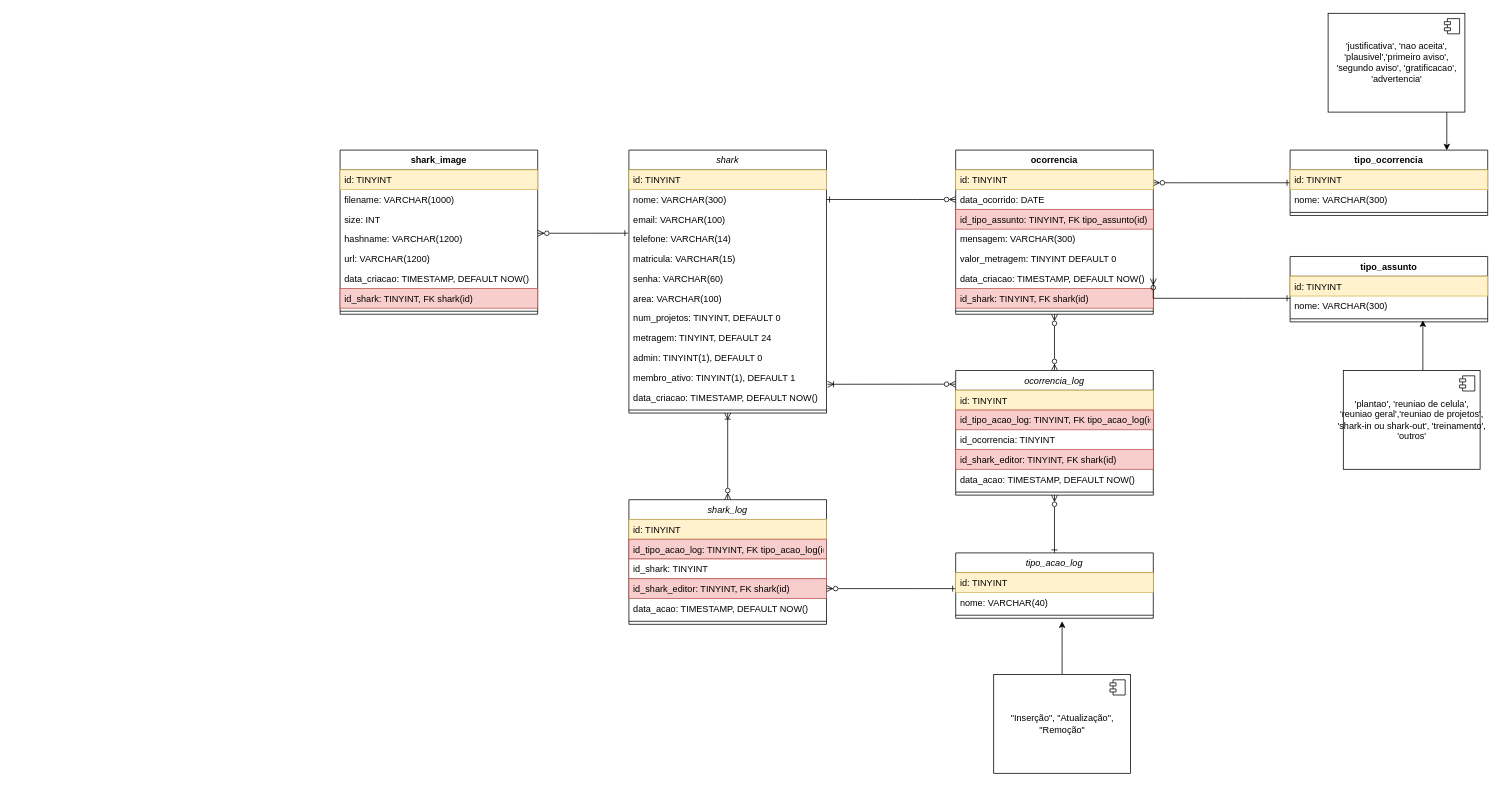
The draw.io diagram src/database/base_de_dados_gep.drawio in Focus-Consultoria-EJ/justificativas-sistema-gep, before the edit. Source tidied: cells renumbered, new cells numbered last; positions are measured from the earlier drawing's top-left corner, leaving out a move shared by most shapes. Both pictures are drawn from the tidied source at 76%, with x=0, y=0 at pixel (340, 13).
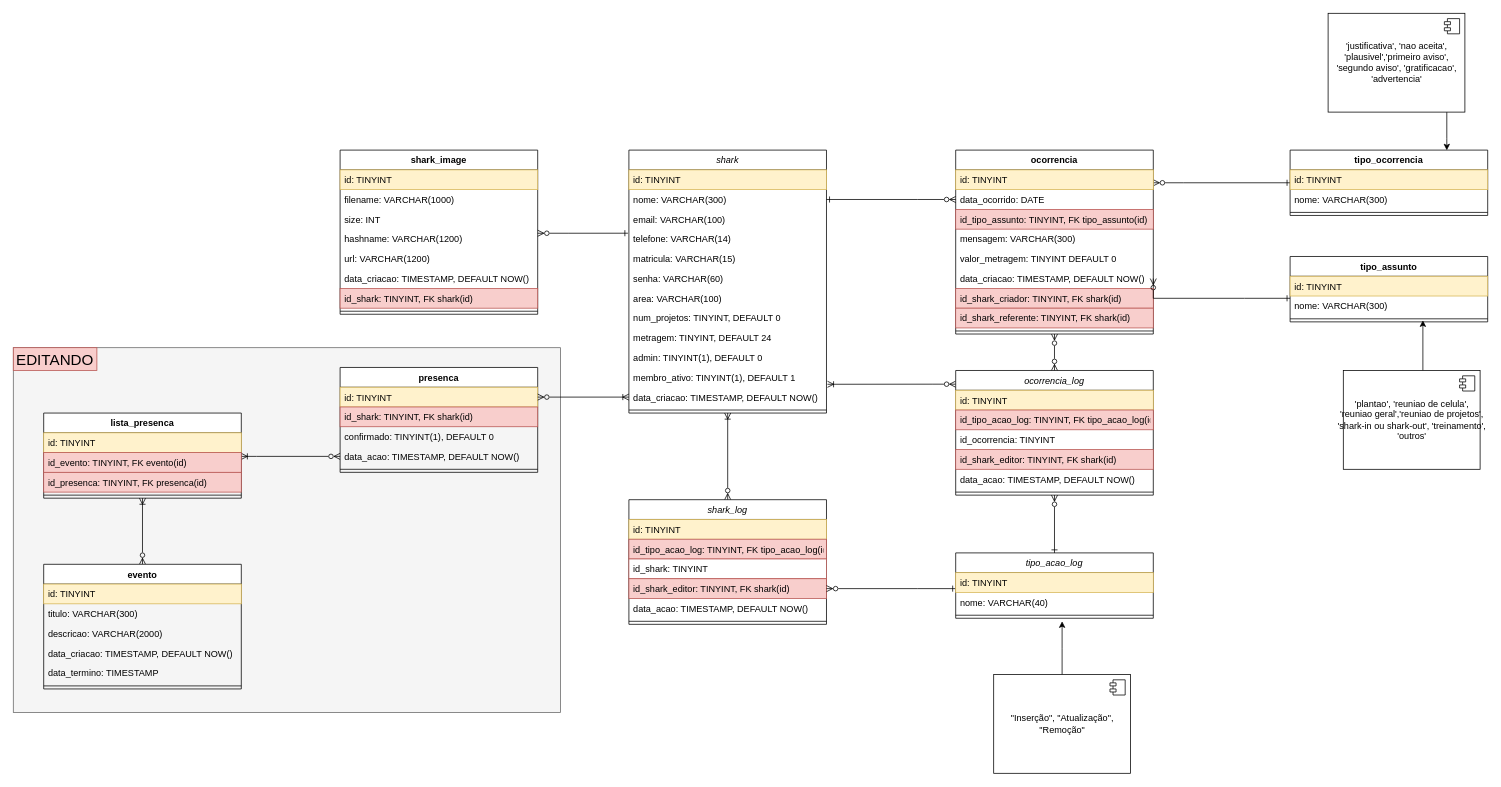
After the change.

Commit message (it also covers changes not shown here):
Código que está hospedado na Amazon EC2 e se comunica com a Amazon S3

The change refers to these unchanged cells:
```xml
<mxCell id="14" value="data_criacao: TIMESTAMP, DEFAULT NOW()" style="text;align=left;verticalAlign=top;spacingLeft=4;spacingRight=4;overflow=hidden;points=[[0,0.5],[1,0.5]];portConstraint=eastwest;rounded=0;shadow=0;html=0;" parent="2" vertex="1">
  <mxGeometry y="312" width="260" height="26" as="geometry" />
</mxCell>
```

Diff of the diagram source:
```diff
@@
+    <mxCell id="78" style="rounded=0;whiteSpace=wrap;html=1;fillColor=#f5f5f5;strokeColor=#666666;fontColor=#333333;" parent="1" vertex="1">
+      <mxGeometry x="-430" y="440" width="720" height="480" as="geometry" />
+    </mxCell>
@@
     <mxCell id="18" value="ocorrencia" style="swimlane;fontStyle=1;align=center;verticalAlign=top;horizontal=1;startSize=26;" parent="1" vertex="1">
-      <mxGeometry x="810" y="180" width="260" height="216" as="geometry" />
+      <mxGeometry x="810" y="180" width="260" height="242" as="geometry" />
     </mxCell>
@@
+    <mxCell id="79" value="id_shark_criador: TINYINT, FK shark(id)" style="text;align=left;verticalAlign=top;spacingLeft=4;spacingRight=4;overflow=hidden;fillColor=#f8cecc;strokeColor=#b85450;" parent="18" vertex="1">
+      <mxGeometry y="182" width="260" height="26" as="geometry" />
+    </mxCell>
-    <mxCell id="25" value="id_shark: TINYINT, FK shark(id)" style="text;align=left;verticalAlign=top;spacingLeft=4;spacingRight=4;overflow=hidden;fillColor=#f8cecc;strokeColor=#b85450;" parent="18" vertex="1">
-      <mxGeometry y="182" width="260" height="26" as="geometry" />
+    <mxCell id="25" value="id_shark_referente: TINYINT, FK shark(id)" style="text;align=left;verticalAlign=top;spacingLeft=4;spacingRight=4;overflow=hidden;fillColor=#f8cecc;strokeColor=#b85450;" parent="18" vertex="1">
+      <mxGeometry y="208" width="260" height="26" as="geometry" />
     </mxCell>
     <mxCell id="26" style="line;strokeWidth=1;fillColor=none;align=left;verticalAlign=middle;spacingTop=-1;spacingLeft=3;spacingRight=3;labelPosition=right;strokeColor=inherit;" parent="18" vertex="1">
-      <mxGeometry y="208" width="260" height="8" as="geometry" />
+      <mxGeometry y="234" width="260" height="8" as="geometry" />
     </mxCell>
@@
+    <mxCell id="80" style="edgeStyle=orthogonalEdgeStyle;rounded=0;jettySize=auto;html=1;entryX=0.5;entryY=0;entryDx=0;entryDy=0;endArrow=ERzeroToMany;endFill=0;startArrow=ERoneToMany;startFill=0;" parent="1" edge="1" source="82" target="87">
+      <mxGeometry relative="1" as="geometry" />
+    </mxCell>
+    <mxCell id="81" style="edgeStyle=orthogonalEdgeStyle;rounded=0;jettySize=auto;html=1;entryX=0;entryY=0.5;entryDx=0;entryDy=0;endArrow=ERzeroToMany;endFill=0;startArrow=ERoneToMany;startFill=0;" parent="1" edge="1" source="82" target="98">
+      <mxGeometry relative="1" as="geometry">
+        <Array as="points">
+          <mxPoint x="-110" y="583" />
+          <mxPoint x="-110" y="583" />
+        </Array>
+      </mxGeometry>
+    </mxCell>
+    <mxCell id="82" value="lista_presenca" style="swimlane;fontStyle=1;align=center;verticalAlign=top;horizontal=1;startSize=26;" parent="1" vertex="1">
+      <mxGeometry x="-390" y="526" width="260" height="112" as="geometry" />
+    </mxCell>
+    <mxCell id="83" value="id: TINYINT" style="text;align=left;verticalAlign=top;spacingLeft=4;spacingRight=4;overflow=hidden;fillColor=#fff2cc;strokeColor=#d6b656;" parent="82" vertex="1">
+      <mxGeometry y="26" width="260" height="26" as="geometry" />
+    </mxCell>
+    <mxCell id="84" value="id_evento: TINYINT, FK evento(id)" style="text;align=left;verticalAlign=top;spacingLeft=4;spacingRight=4;overflow=hidden;fillColor=#f8cecc;strokeColor=#b85450;" parent="82" vertex="1">
+      <mxGeometry y="52" width="260" height="26" as="geometry" />
+    </mxCell>
+    <mxCell id="85" value="id_presenca: TINYINT, FK presenca(id)" style="text;align=left;verticalAlign=top;spacingLeft=4;spacingRight=4;overflow=hidden;fillColor=#f8cecc;strokeColor=#b85450;" parent="82" vertex="1">
+      <mxGeometry y="78" width="260" height="26" as="geometry" />
+    </mxCell>
+    <mxCell id="86" style="line;strokeWidth=1;fillColor=none;align=left;verticalAlign=middle;spacingTop=-1;spacingLeft=3;spacingRight=3;labelPosition=right;strokeColor=inherit;" parent="82" vertex="1">
+      <mxGeometry y="104" width="260" height="8" as="geometry" />
+    </mxCell>
+    <mxCell id="87" value="evento" style="swimlane;fontStyle=1;align=center;verticalAlign=top;horizontal=1;startSize=26;" parent="1" vertex="1">
+      <mxGeometry x="-390" y="725" width="260" height="164" as="geometry" />
+    </mxCell>
+    <mxCell id="88" value="id: TINYINT" style="text;align=left;verticalAlign=top;spacingLeft=4;spacingRight=4;overflow=hidden;fillColor=#fff2cc;strokeColor=#d6b656;" parent="87" vertex="1">
+      <mxGeometry y="26" width="260" height="26" as="geometry" />
+    </mxCell>
+    <mxCell id="89" value="titulo: VARCHAR(300)" style="text;align=left;verticalAlign=top;spacingLeft=4;spacingRight=4;overflow=hidden;rounded=0;shadow=0;html=0;" parent="87" vertex="1">
+      <mxGeometry y="52" width="260" height="26" as="geometry" />
+    </mxCell>
+    <mxCell id="90" value="descricao: VARCHAR(2000)" style="text;align=left;verticalAlign=top;spacingLeft=4;spacingRight=4;overflow=hidden;rounded=0;shadow=0;html=0;" parent="87" vertex="1">
+      <mxGeometry y="78" width="260" height="26" as="geometry" />
+    </mxCell>
+    <mxCell id="91" value="data_criacao: TIMESTAMP, DEFAULT NOW()" style="text;align=left;verticalAlign=top;spacingLeft=4;spacingRight=4;overflow=hidden;rounded=0;shadow=0;html=0;" parent="87" vertex="1">
+      <mxGeometry y="104" width="260" height="26" as="geometry" />
+    </mxCell>
+    <mxCell id="92" value="data_termino: TIMESTAMP" style="text;align=left;verticalAlign=top;spacingLeft=4;spacingRight=4;overflow=hidden;rounded=0;shadow=0;html=0;" parent="87" vertex="1">
+      <mxGeometry y="130" width="260" height="26" as="geometry" />
+    </mxCell>
+    <mxCell id="93" style="line;strokeWidth=1;fillColor=none;align=left;verticalAlign=middle;spacingTop=-1;spacingLeft=3;spacingRight=3;labelPosition=right;strokeColor=inherit;" parent="87" vertex="1">
+      <mxGeometry y="156" width="260" height="8" as="geometry" />
+    </mxCell>
+    <mxCell id="94" value="presenca" style="swimlane;fontStyle=1;align=center;verticalAlign=top;horizontal=1;startSize=26;" parent="1" vertex="1">
+      <mxGeometry y="466" width="260" height="138" as="geometry" />
+    </mxCell>
+    <mxCell id="95" value="id: TINYINT" style="text;align=left;verticalAlign=top;spacingLeft=4;spacingRight=4;overflow=hidden;points=[[0,0.5],[1,0.5]];portConstraint=eastwest;fillColor=#fff2cc;strokeColor=#d6b656;" parent="94" vertex="1">
+      <mxGeometry y="26" width="260" height="26" as="geometry" />
+    </mxCell>
+    <mxCell id="96" value="id_shark: TINYINT, FK shark(id)" style="text;align=left;verticalAlign=top;spacingLeft=4;spacingRight=4;overflow=hidden;fillColor=#f8cecc;strokeColor=#b85450;" parent="94" vertex="1">
+      <mxGeometry y="52" width="260" height="26" as="geometry" />
+    </mxCell>
+    <mxCell id="97" value="confirmado: TINYINT(1), DEFAULT 0" style="text;align=left;verticalAlign=top;spacingLeft=4;spacingRight=4;overflow=hidden;rounded=0;shadow=0;html=0;" parent="94" vertex="1">
+      <mxGeometry y="78" width="260" height="26" as="geometry" />
+    </mxCell>
+    <mxCell id="98" value="data_acao: TIMESTAMP, DEFAULT NOW()" style="text;align=left;verticalAlign=top;spacingLeft=4;spacingRight=4;overflow=hidden;points=[[0,0.5],[1,0.5]];portConstraint=eastwest;rounded=0;shadow=0;html=0;" parent="94" vertex="1">
+      <mxGeometry y="104" width="260" height="26" as="geometry" />
+    </mxCell>
+    <mxCell id="99" style="line;strokeWidth=1;fillColor=none;align=left;verticalAlign=middle;spacingTop=-1;spacingLeft=3;spacingRight=3;labelPosition=right;strokeColor=inherit;" parent="94" vertex="1">
+      <mxGeometry y="130" width="260" height="8" as="geometry" />
+    </mxCell>
+    <mxCell id="100" style="edgeStyle=orthogonalEdgeStyle;rounded=0;jettySize=auto;html=1;exitX=1;exitY=0.5;exitDx=0;exitDy=0;entryX=0;entryY=0.5;entryDx=0;entryDy=0;endArrow=ERoneToMany;endFill=0;startArrow=ERzeroToMany;startFill=0;" parent="1" edge="1" source="95" target="14">
+      <mxGeometry relative="1" as="geometry" />
+    </mxCell>
+    <mxCell id="101" value="&lt;font style=&quot;font-size: 20px;&quot;&gt;EDITANDO&lt;/font&gt;" style="text;html=1;strokeColor=#b85450;fillColor=#f8cecc;align=center;verticalAlign=middle;whiteSpace=wrap;rounded=0;" parent="1" vertex="1">
+      <mxGeometry x="-430" y="440" width="110" height="30" as="geometry" />
+    </mxCell>
```
